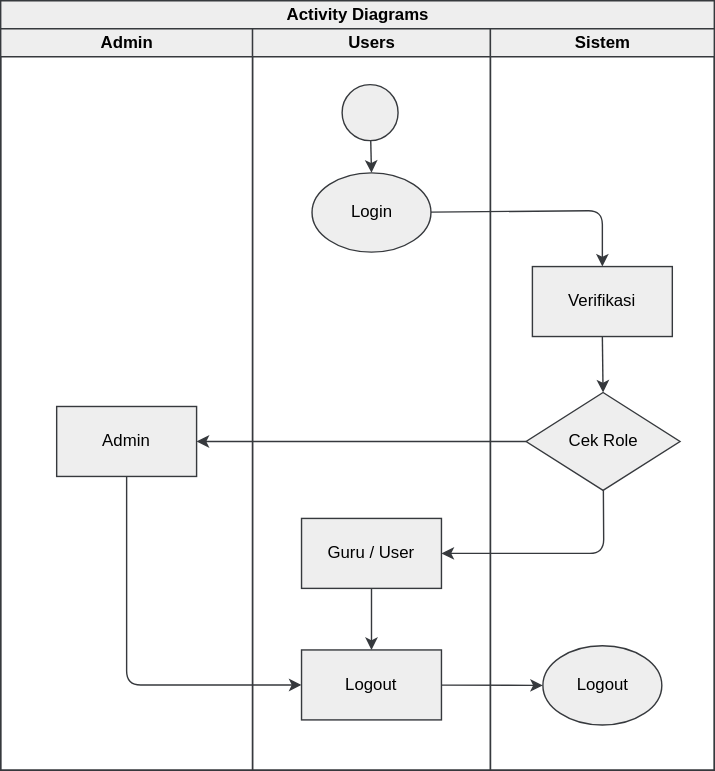
The draw.io diagram Docs/Activity_diagram.drawio.svg in SukaMCD/Aplikasi-Guru, before a commit. Source tidied: cells renumbered, new cells last; positions are measured from the earlier drawing's top-left corner, leaving out a move shared by most shapes.
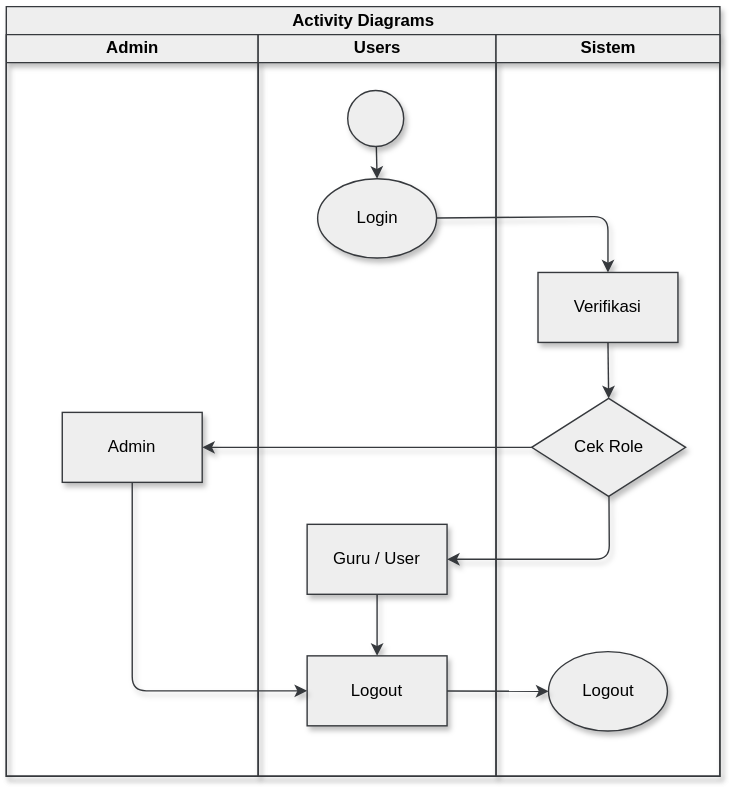
Above is the later version.

What changed in the source:
```diff
@@ -2,76 +2,76 @@
   <root>
     <mxCell id="0" />
     <mxCell id="1" parent="0" />
-    <mxCell id="2" value="Activity Diagrams" style="swimlane;startSize=20;html=1;fillColor=#eeeeee;strokeColor=light-dark(#36393D,#000000);" parent="1" vertex="1">
+    <mxCell id="2" value="Activity Diagrams" style="swimlane;startSize=20;html=1;fillColor=#eeeeee;strokeColor=light-dark(#36393D,#000000);shadow=1;" parent="1" vertex="1">
       <mxGeometry width="510" height="550" as="geometry" />
     </mxCell>
-    <mxCell id="3" value="Admin" style="swimlane;startSize=20;html=1;fillColor=#eeeeee;strokeColor=light-dark(#36393D,#000000);" parent="2" vertex="1">
+    <mxCell id="3" value="Admin" style="swimlane;startSize=20;html=1;fillColor=#eeeeee;strokeColor=light-dark(#36393D,#000000);shadow=1;" parent="2" vertex="1">
       <mxGeometry y="20" width="180" height="530" as="geometry" />
     </mxCell>
-    <mxCell id="4" value="Admin" style="rounded=0;whiteSpace=wrap;html=1;fillColor=#eeeeee;strokeColor=light-dark(#36393D,#000000);" parent="3" vertex="1">
+    <mxCell id="4" value="Admin" style="rounded=0;whiteSpace=wrap;html=1;fillColor=#eeeeee;strokeColor=light-dark(#36393D,#000000);shadow=1;" parent="3" vertex="1">
       <mxGeometry x="40" y="270" width="100" height="50" as="geometry" />
     </mxCell>
-    <mxCell id="5" value="Users" style="swimlane;startSize=20;html=1;fillColor=#eeeeee;strokeColor=light-dark(#36393D,#000000);" parent="2" vertex="1">
+    <mxCell id="5" value="Users" style="swimlane;startSize=20;html=1;fillColor=#eeeeee;strokeColor=light-dark(#36393D,#000000);shadow=1;" parent="2" vertex="1">
       <mxGeometry x="180" y="20" width="170" height="530" as="geometry" />
     </mxCell>
-    <mxCell id="6" style="edgeStyle=none;html=1;entryX=0.5;entryY=0;entryDx=0;entryDy=0;fillColor=#eeeeee;strokeColor=light-dark(#36393D,#000000);" parent="5" edge="1" source="7" target="8">
+    <mxCell id="6" style="edgeStyle=none;html=1;entryX=0.5;entryY=0;entryDx=0;entryDy=0;fillColor=#eeeeee;strokeColor=light-dark(#36393D,#000000);shadow=1;" parent="5" edge="1" source="7" target="8">
       <mxGeometry relative="1" as="geometry" />
     </mxCell>
-    <mxCell id="7" style="ellipse;whiteSpace=wrap;html=1;fillColor=#eeeeee;strokeColor=light-dark(#36393D,#000000);" parent="5" vertex="1">
+    <mxCell id="7" style="ellipse;whiteSpace=wrap;html=1;fillColor=#eeeeee;strokeColor=light-dark(#36393D,#000000);shadow=1;" parent="5" vertex="1">
       <mxGeometry x="64" y="40" width="40" height="40" as="geometry" />
     </mxCell>
-    <mxCell id="8" value="Login" style="ellipse;whiteSpace=wrap;html=1;fillColor=#eeeeee;strokeColor=light-dark(#36393D,#000000);" parent="5" vertex="1">
+    <mxCell id="8" value="Login" style="ellipse;whiteSpace=wrap;html=1;fillColor=#eeeeee;strokeColor=light-dark(#36393D,#000000);shadow=1;" parent="5" vertex="1">
       <mxGeometry x="42.5" y="103" width="85" height="56.7" as="geometry" />
     </mxCell>
-    <mxCell id="9" style="edgeStyle=none;html=1;entryX=0.5;entryY=0;entryDx=0;entryDy=0;fillColor=#eeeeee;strokeColor=light-dark(#36393D,#000000);" parent="5" edge="1" source="10" target="11">
+    <mxCell id="9" style="edgeStyle=none;html=1;entryX=0.5;entryY=0;entryDx=0;entryDy=0;fillColor=#eeeeee;strokeColor=light-dark(#36393D,#000000);shadow=1;" parent="5" edge="1" source="10" target="11">
       <mxGeometry relative="1" as="geometry" />
     </mxCell>
-    <mxCell id="10" value="Guru / User" style="rounded=0;whiteSpace=wrap;html=1;fillColor=#eeeeee;strokeColor=light-dark(#36393D,#000000);" parent="5" vertex="1">
+    <mxCell id="10" value="Guru / User" style="rounded=0;whiteSpace=wrap;html=1;fillColor=#eeeeee;strokeColor=light-dark(#36393D,#000000);shadow=1;" parent="5" vertex="1">
       <mxGeometry x="35" y="350" width="100" height="50" as="geometry" />
     </mxCell>
-    <mxCell id="11" value="Logout" style="rounded=0;whiteSpace=wrap;html=1;fillColor=#eeeeee;strokeColor=light-dark(#36393D,#000000);" parent="5" vertex="1">
+    <mxCell id="11" value="Logout" style="rounded=0;whiteSpace=wrap;html=1;fillColor=#eeeeee;strokeColor=light-dark(#36393D,#000000);shadow=1;" parent="5" vertex="1">
       <mxGeometry x="35" y="444" width="100" height="50" as="geometry" />
     </mxCell>
-    <mxCell id="12" style="edgeStyle=none;html=1;entryX=0.5;entryY=0;entryDx=0;entryDy=0;fillColor=#eeeeee;strokeColor=light-dark(#36393D,#000000);" parent="2" edge="1" source="8" target="16">
+    <mxCell id="12" style="edgeStyle=none;html=1;entryX=0.5;entryY=0;entryDx=0;entryDy=0;fillColor=#eeeeee;strokeColor=light-dark(#36393D,#000000);shadow=1;" parent="2" edge="1" source="8" target="16">
       <mxGeometry relative="1" as="geometry">
         <Array as="points">
           <mxPoint x="430" y="150" />
         </Array>
       </mxGeometry>
     </mxCell>
-    <mxCell id="13" value="Sistem" style="swimlane;startSize=20;html=1;fillColor=#eeeeee;strokeColor=light-dark(#36393D,#000000);" parent="2" vertex="1">
+    <mxCell id="13" value="Sistem" style="swimlane;startSize=20;html=1;fillColor=#eeeeee;strokeColor=light-dark(#36393D,#000000);shadow=1;" parent="2" vertex="1">
       <mxGeometry x="350" y="20" width="160" height="530" as="geometry" />
     </mxCell>
-    <mxCell id="14" style="edgeStyle=none;html=1;exitX=0.5;exitY=1;exitDx=0;exitDy=0;entryX=0.5;entryY=0;entryDx=0;entryDy=0;fillColor=#eeeeee;strokeColor=light-dark(#36393D,#000000);" parent="13" edge="1" source="16" target="15">
+    <mxCell id="14" style="edgeStyle=none;html=1;exitX=0.5;exitY=1;exitDx=0;exitDy=0;entryX=0.5;entryY=0;entryDx=0;entryDy=0;fillColor=#eeeeee;strokeColor=light-dark(#36393D,#000000);shadow=1;" parent="13" edge="1" source="16" target="15">
       <mxGeometry relative="1" as="geometry" />
     </mxCell>
-    <mxCell id="15" value="Cek Role" style="rhombus;whiteSpace=wrap;html=1;fillColor=#eeeeee;strokeColor=light-dark(#36393D,#000000);" parent="13" vertex="1">
+    <mxCell id="15" value="Cek Role" style="rhombus;whiteSpace=wrap;html=1;fillColor=#eeeeee;strokeColor=light-dark(#36393D,#000000);shadow=1;" parent="13" vertex="1">
       <mxGeometry x="25.5" y="260" width="110" height="70" as="geometry" />
     </mxCell>
-    <mxCell id="16" value="Verifikasi" style="rounded=0;whiteSpace=wrap;html=1;fillColor=#eeeeee;strokeColor=light-dark(#36393D,#000000);" parent="13" vertex="1">
+    <mxCell id="16" value="Verifikasi" style="rounded=0;whiteSpace=wrap;html=1;fillColor=#eeeeee;strokeColor=light-dark(#36393D,#000000);shadow=1;" parent="13" vertex="1">
       <mxGeometry x="30" y="170" width="100" height="50" as="geometry" />
     </mxCell>
-    <mxCell id="17" value="Logout" style="ellipse;whiteSpace=wrap;html=1;fillColor=#eeeeee;strokeColor=light-dark(#36393D,#000000);" parent="13" vertex="1">
+    <mxCell id="17" value="Logout" style="ellipse;whiteSpace=wrap;html=1;fillColor=#eeeeee;strokeColor=light-dark(#36393D,#000000);shadow=1;" parent="13" vertex="1">
       <mxGeometry x="37.5" y="441" width="85" height="56.7" as="geometry" />
     </mxCell>
-    <mxCell id="18" style="edgeStyle=none;html=1;fillColor=#eeeeee;strokeColor=light-dark(#36393D,#000000);" parent="2" edge="1" source="15" target="4">
+    <mxCell id="18" style="edgeStyle=none;html=1;fillColor=#eeeeee;strokeColor=light-dark(#36393D,#000000);shadow=1;" parent="2" edge="1" source="15" target="4">
       <mxGeometry relative="1" as="geometry" />
     </mxCell>
-    <mxCell id="19" style="edgeStyle=none;html=1;entryX=1;entryY=0.5;entryDx=0;entryDy=0;fillColor=#eeeeee;strokeColor=light-dark(#36393D,#000000);" parent="2" edge="1" source="15" target="10">
+    <mxCell id="19" style="edgeStyle=none;html=1;entryX=1;entryY=0.5;entryDx=0;entryDy=0;fillColor=#eeeeee;strokeColor=light-dark(#36393D,#000000);shadow=1;" parent="2" edge="1" source="15" target="10">
       <mxGeometry relative="1" as="geometry">
         <Array as="points">
           <mxPoint x="431" y="395" />
         </Array>
       </mxGeometry>
     </mxCell>
-    <mxCell id="20" style="edgeStyle=none;html=1;entryX=0;entryY=0.5;entryDx=0;entryDy=0;fillColor=#eeeeee;strokeColor=light-dark(#36393D,#000000);" parent="2" edge="1" source="4" target="11">
+    <mxCell id="20" style="edgeStyle=none;html=1;entryX=0;entryY=0.5;entryDx=0;entryDy=0;fillColor=#eeeeee;strokeColor=light-dark(#36393D,#000000);shadow=1;" parent="2" edge="1" source="4" target="11">
       <mxGeometry relative="1" as="geometry">
         <Array as="points">
           <mxPoint x="90" y="489" />
         </Array>
       </mxGeometry>
     </mxCell>
-    <mxCell id="21" style="edgeStyle=none;html=1;entryX=0;entryY=0.5;entryDx=0;entryDy=0;fillColor=#eeeeee;strokeColor=light-dark(#36393D,#000000);" parent="2" edge="1" source="11" target="17">
+    <mxCell id="21" style="edgeStyle=none;html=1;entryX=0;entryY=0.5;entryDx=0;entryDy=0;fillColor=#eeeeee;strokeColor=light-dark(#36393D,#000000);shadow=1;" parent="2" edge="1" source="11" target="17">
       <mxGeometry relative="1" as="geometry" />
     </mxCell>
   </root>
```
